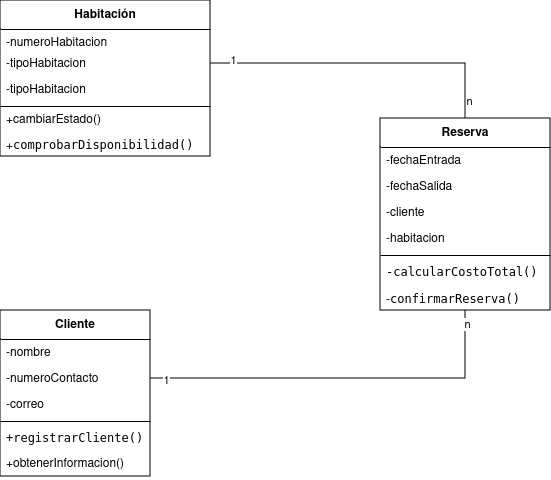
gian700/diagrama-de-clases keeps this draw.io diagram as HabitacionHotel.png. Above is the earlier version. Source tidied: cells renumbered, new cells last; positions are measured from the earlier drawing's top-left corner, leaving out a move shared by most shapes. Source of this version:
```xml
<mxGraphModel>
  <root>
    <mxCell id="0" />
    <mxCell id="1" parent="0" />
    <mxCell id="2" value="Habitación" style="swimlane;fontStyle=1;align=center;verticalAlign=middle;horizontal=1;startSize=29;html=1;whiteSpace=wrap;" parent="1" vertex="1">
      <mxGeometry width="210" height="156" as="geometry" />
    </mxCell>
    <mxCell id="3" value="&lt;div&gt;-numeroHabitacion&lt;/div&gt;" style="text;strokeColor=none;fillColor=none;align=left;verticalAlign=top;spacingLeft=4;spacingRight=4;overflow=hidden;whiteSpace=wrap;html=1;" parent="2" vertex="1">
      <mxGeometry y="29" width="210" height="21" as="geometry" />
    </mxCell>
    <mxCell id="4" value="-tipoHabitacion" style="text;strokeColor=none;fillColor=none;align=left;verticalAlign=top;spacingLeft=4;spacingRight=4;overflow=hidden;points=[[0,0.5],[1,0.5]];portConstraint=eastwest;whiteSpace=wrap;html=1;" parent="2" vertex="1">
      <mxGeometry y="50" width="210" height="26" as="geometry" />
    </mxCell>
    <mxCell id="5" value="-tipoHabitacion" style="text;strokeColor=none;fillColor=none;align=left;verticalAlign=top;spacingLeft=4;spacingRight=4;overflow=hidden;whiteSpace=wrap;html=1;" parent="2" vertex="1">
      <mxGeometry y="76" width="210" height="26" as="geometry" />
    </mxCell>
    <mxCell id="6" style="line;strokeWidth=1;fillColor=none;align=left;verticalAlign=middle;spacingTop=-1;spacingLeft=3;spacingRight=3;labelPosition=right;strokeColor=inherit;" parent="2" vertex="1">
      <mxGeometry y="102" width="210" height="8" as="geometry" />
    </mxCell>
    <mxCell id="7" value="+cambiarEstado()" style="text;html=1;strokeColor=none;fillColor=none;align=left;verticalAlign=middle;spacingLeft=4;spacingRight=4;overflow=hidden;whiteSpace=wrap;" parent="2" vertex="1">
      <mxGeometry y="110" width="210" height="20" as="geometry" />
    </mxCell>
    <mxCell id="8" value="+&lt;code&gt;comprobarDisponibilidad()&lt;/code&gt;" style="text;strokeColor=none;fillColor=none;align=left;verticalAlign=top;spacingLeft=4;spacingRight=4;overflow=hidden;whiteSpace=wrap;html=1;" parent="2" vertex="1">
      <mxGeometry y="130" width="210" height="26" as="geometry" />
    </mxCell>
    <mxCell id="9" value="Cliente" style="swimlane;fontStyle=1;align=center;verticalAlign=middle;horizontal=1;startSize=29;html=1;whiteSpace=wrap;" parent="1" vertex="1">
      <mxGeometry y="310" width="150" height="166" as="geometry" />
    </mxCell>
    <mxCell id="10" value="-nombre" style="text;strokeColor=none;fillColor=none;align=left;verticalAlign=top;spacingLeft=4;spacingRight=4;overflow=hidden;whiteSpace=wrap;html=1;" parent="9" vertex="1">
      <mxGeometry y="29" width="150" height="26" as="geometry" />
    </mxCell>
    <mxCell id="11" value="-numeroContacto" style="text;strokeColor=none;fillColor=none;align=left;verticalAlign=top;spacingLeft=4;spacingRight=4;overflow=hidden;points=[[0,0.5],[1,0.5]];portConstraint=eastwest;whiteSpace=wrap;html=1;" parent="9" vertex="1">
      <mxGeometry y="55" width="150" height="26" as="geometry" />
    </mxCell>
    <mxCell id="12" value="-correo" style="text;strokeColor=none;fillColor=none;align=left;verticalAlign=top;spacingLeft=4;spacingRight=4;overflow=hidden;whiteSpace=wrap;html=1;" parent="9" vertex="1">
      <mxGeometry y="81" width="150" height="26" as="geometry" />
    </mxCell>
    <mxCell id="13" style="line;strokeWidth=1;fillColor=none;align=left;verticalAlign=middle;spacingTop=-1;spacingLeft=3;spacingRight=3;labelPosition=right;strokeColor=inherit;" parent="9" vertex="1">
      <mxGeometry y="107" width="150" height="8" as="geometry" />
    </mxCell>
    <mxCell id="14" value="&lt;code&gt;+registrarCliente()&lt;/code&gt;" style="text;html=1;strokeColor=none;fillColor=none;align=left;verticalAlign=middle;spacingLeft=4;spacingRight=4;overflow=hidden;whiteSpace=wrap;" parent="9" vertex="1">
      <mxGeometry y="115" width="150" height="25" as="geometry" />
    </mxCell>
    <mxCell id="15" value="+obtenerInformacion()" style="text;strokeColor=none;fillColor=none;align=left;verticalAlign=top;spacingLeft=4;spacingRight=4;overflow=hidden;whiteSpace=wrap;html=1;" parent="9" vertex="1">
      <mxGeometry y="140" width="150" height="26" as="geometry" />
    </mxCell>
    <mxCell id="16" value="Reserva" style="swimlane;fontStyle=1;align=center;verticalAlign=middle;horizontal=1;startSize=29;html=1;whiteSpace=wrap;" parent="1" vertex="1">
      <mxGeometry x="380" y="118" width="170" height="192" as="geometry" />
    </mxCell>
    <mxCell id="17" value="-fechaEntrada" style="text;strokeColor=none;fillColor=none;align=left;verticalAlign=top;spacingLeft=4;spacingRight=4;overflow=hidden;whiteSpace=wrap;html=1;" parent="16" vertex="1">
      <mxGeometry y="29" width="170" height="26" as="geometry" />
    </mxCell>
    <mxCell id="18" value="-fechaSalida" style="text;strokeColor=none;fillColor=none;align=left;verticalAlign=top;spacingLeft=4;spacingRight=4;overflow=hidden;whiteSpace=wrap;html=1;" parent="16" vertex="1">
      <mxGeometry y="55" width="170" height="26" as="geometry" />
    </mxCell>
    <mxCell id="19" value="-cliente" style="text;strokeColor=none;fillColor=none;align=left;verticalAlign=top;spacingLeft=4;spacingRight=4;overflow=hidden;whiteSpace=wrap;html=1;" parent="16" vertex="1">
      <mxGeometry y="81" width="170" height="26" as="geometry" />
    </mxCell>
    <mxCell id="20" value="-habitacion" style="text;strokeColor=none;fillColor=none;align=left;verticalAlign=top;spacingLeft=4;spacingRight=4;overflow=hidden;whiteSpace=wrap;html=1;" parent="16" vertex="1">
      <mxGeometry y="107" width="170" height="26" as="geometry" />
    </mxCell>
    <mxCell id="21" style="line;strokeWidth=1;fillColor=none;align=left;verticalAlign=middle;spacingTop=-1;spacingLeft=3;spacingRight=3;labelPosition=right;strokeColor=inherit;" parent="16" vertex="1">
      <mxGeometry y="133" width="170" height="8" as="geometry" />
    </mxCell>
    <mxCell id="22" value="&lt;code&gt;-calcularCostoTotal()&lt;/code&gt;" style="text;html=1;strokeColor=none;fillColor=none;align=left;verticalAlign=middle;spacingLeft=4;spacingRight=4;overflow=hidden;whiteSpace=wrap;" parent="16" vertex="1">
      <mxGeometry y="141" width="170" height="25" as="geometry" />
    </mxCell>
    <mxCell id="23" value="-&lt;code&gt;confirmarReserva()&lt;/code&gt;" style="text;strokeColor=none;fillColor=none;align=left;verticalAlign=top;spacingLeft=4;spacingRight=4;overflow=hidden;whiteSpace=wrap;html=1;" parent="16" vertex="1">
      <mxGeometry y="166" width="170" height="26" as="geometry" />
    </mxCell>
    <mxCell id="24" style="edgeStyle=orthogonalEdgeStyle;rounded=0;jettySize=auto;html=1;entryX=0.5;entryY=0;entryDx=0;entryDy=0;endArrow=none;endFill=0;" parent="1" edge="1" source="4" target="16">
      <mxGeometry relative="1" as="geometry" />
    </mxCell>
    <mxCell id="25" value="1" style="edgeLabel;html=1;align=center;verticalAlign=middle;" parent="24" vertex="1">
      <mxGeometry x="-0.86" y="4" relative="1" as="geometry" />
    </mxCell>
    <mxCell id="26" value="n" style="edgeLabel;html=1;align=center;verticalAlign=middle;" parent="24" vertex="1">
      <mxGeometry x="0.88" y="3" relative="1" as="geometry" />
    </mxCell>
    <mxCell id="27" style="edgeStyle=orthogonalEdgeStyle;rounded=0;jettySize=auto;html=1;entryX=0.5;entryY=1;entryDx=0;entryDy=0;endArrow=none;endFill=0;" parent="1" edge="1" source="11" target="16">
      <mxGeometry relative="1" as="geometry" />
    </mxCell>
    <mxCell id="28" value="n" style="edgeLabel;html=1;align=center;verticalAlign=middle;" parent="27" vertex="1">
      <mxGeometry x="0.93" y="-1" relative="1" as="geometry" />
    </mxCell>
    <mxCell id="29" value="1" style="edgeLabel;html=1;align=center;verticalAlign=middle;" parent="27" vertex="1">
      <mxGeometry x="-0.92" y="-1" relative="1" as="geometry" />
    </mxCell>
  </root>
</mxGraphModel>
```
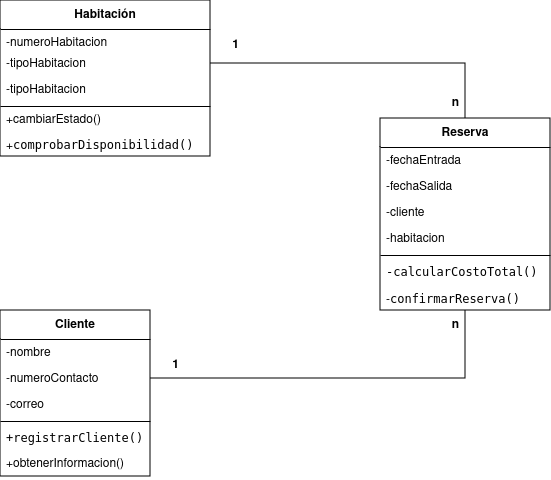
The same diagram one commit later.

Change to the diagram source:
```diff
@@ -71,20 +71,20 @@
     <mxCell id="24" style="edgeStyle=orthogonalEdgeStyle;rounded=0;jettySize=auto;html=1;entryX=0.5;entryY=0;entryDx=0;entryDy=0;endArrow=none;endFill=0;" parent="1" edge="1" source="4" target="16">
       <mxGeometry relative="1" as="geometry" />
     </mxCell>
-    <mxCell id="25" value="1" style="edgeLabel;html=1;align=center;verticalAlign=middle;" parent="24" vertex="1">
-      <mxGeometry x="-0.86" y="4" relative="1" as="geometry" />
-    </mxCell>
-    <mxCell id="26" value="n" style="edgeLabel;html=1;align=center;verticalAlign=middle;" parent="24" vertex="1">
-      <mxGeometry x="0.88" y="3" relative="1" as="geometry" />
-    </mxCell>
     <mxCell id="27" style="edgeStyle=orthogonalEdgeStyle;rounded=0;jettySize=auto;html=1;entryX=0.5;entryY=1;entryDx=0;entryDy=0;endArrow=none;endFill=0;" parent="1" edge="1" source="11" target="16">
       <mxGeometry relative="1" as="geometry" />
     </mxCell>
-    <mxCell id="28" value="n" style="edgeLabel;html=1;align=center;verticalAlign=middle;" parent="27" vertex="1">
-      <mxGeometry x="0.93" y="-1" relative="1" as="geometry" />
-    </mxCell>
-    <mxCell id="29" value="1" style="edgeLabel;html=1;align=center;verticalAlign=middle;" parent="27" vertex="1">
-      <mxGeometry x="-0.92" y="-1" relative="1" as="geometry" />
-    </mxCell>
+    <mxCell id="30" value="&lt;b&gt;1&lt;/b&gt;" style="text;html=1;align=center;verticalAlign=middle;strokeColor=none;fillColor=none;" parent="1" vertex="1">
+      <mxGeometry x="220" y="30" width="30" height="30" as="geometry" />
+    </mxCell>
+    <mxCell id="31" value="&lt;b&gt;1&lt;/b&gt;" style="text;html=1;align=center;verticalAlign=middle;strokeColor=none;fillColor=none;" parent="1" vertex="1">
+      <mxGeometry x="160" y="350" width="30" height="30" as="geometry" />
+    </mxCell>
+    <mxCell id="32" value="&lt;b&gt;n&lt;/b&gt;" style="text;html=1;align=center;verticalAlign=middle;strokeColor=none;fillColor=none;" parent="1" vertex="1">
+      <mxGeometry x="440" y="310" width="30" height="30" as="geometry" />
+    </mxCell>
+    <mxCell id="33" value="&lt;b&gt;n&lt;/b&gt;" style="text;html=1;align=center;verticalAlign=middle;strokeColor=none;fillColor=none;" parent="1" vertex="1">
+      <mxGeometry x="440" y="88" width="30" height="30" as="geometry" />
+    </mxCell>
   </root>
 </mxGraphModel>
```
